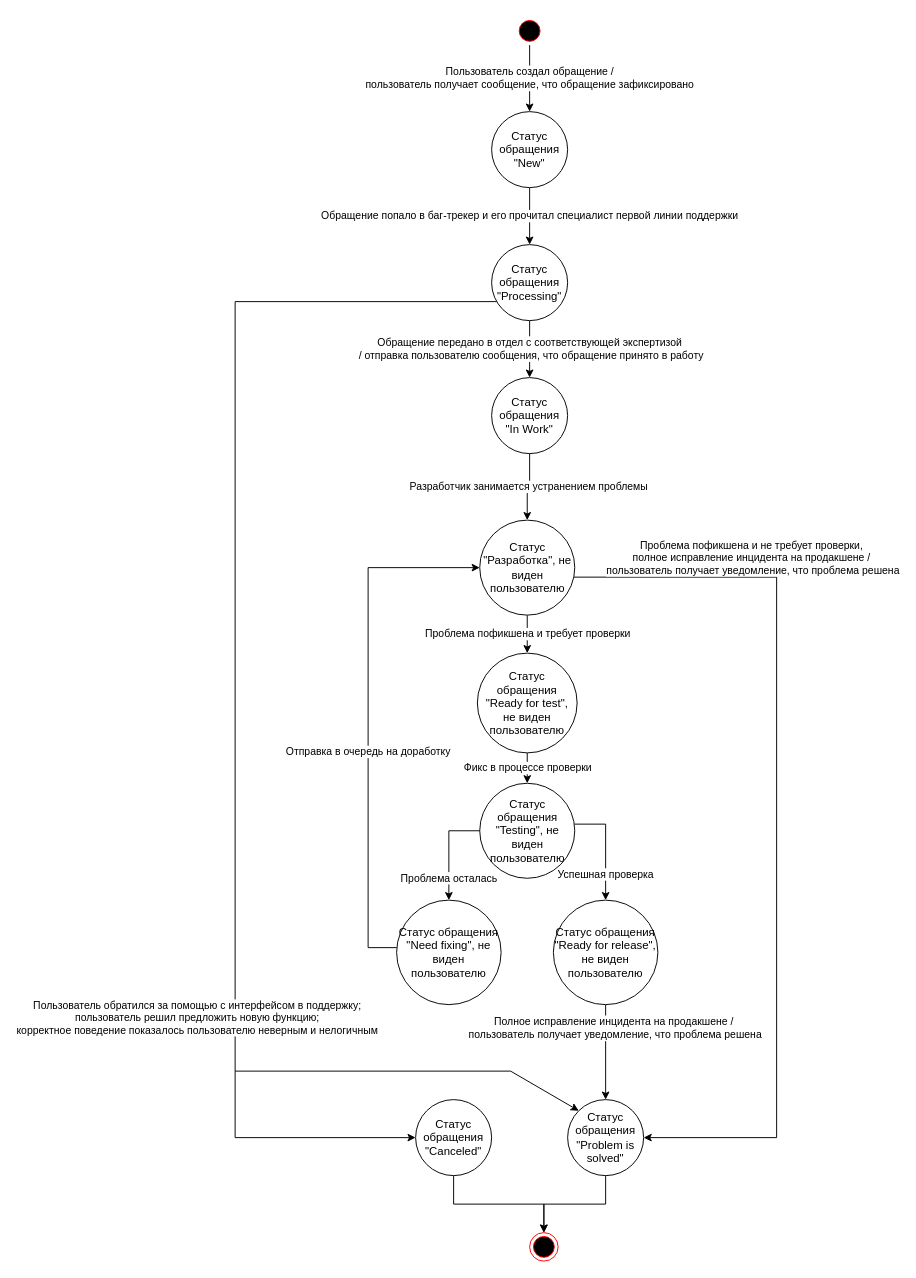
Above: Урок_5._Диаграммы_и_таблицы_переходов_состояний/hw5.drawio in Lexxx42/Test-design-and-test-analytics (draw.io), before the change. Source tidied: cells renumbered, new cells numbered last; positions are measured from the earlier drawing's top-left corner, leaving out a move shared by most shapes. Both pictures are drawn from the tidied source at 95%, with x=0, y=0 at pixel (235, 16).
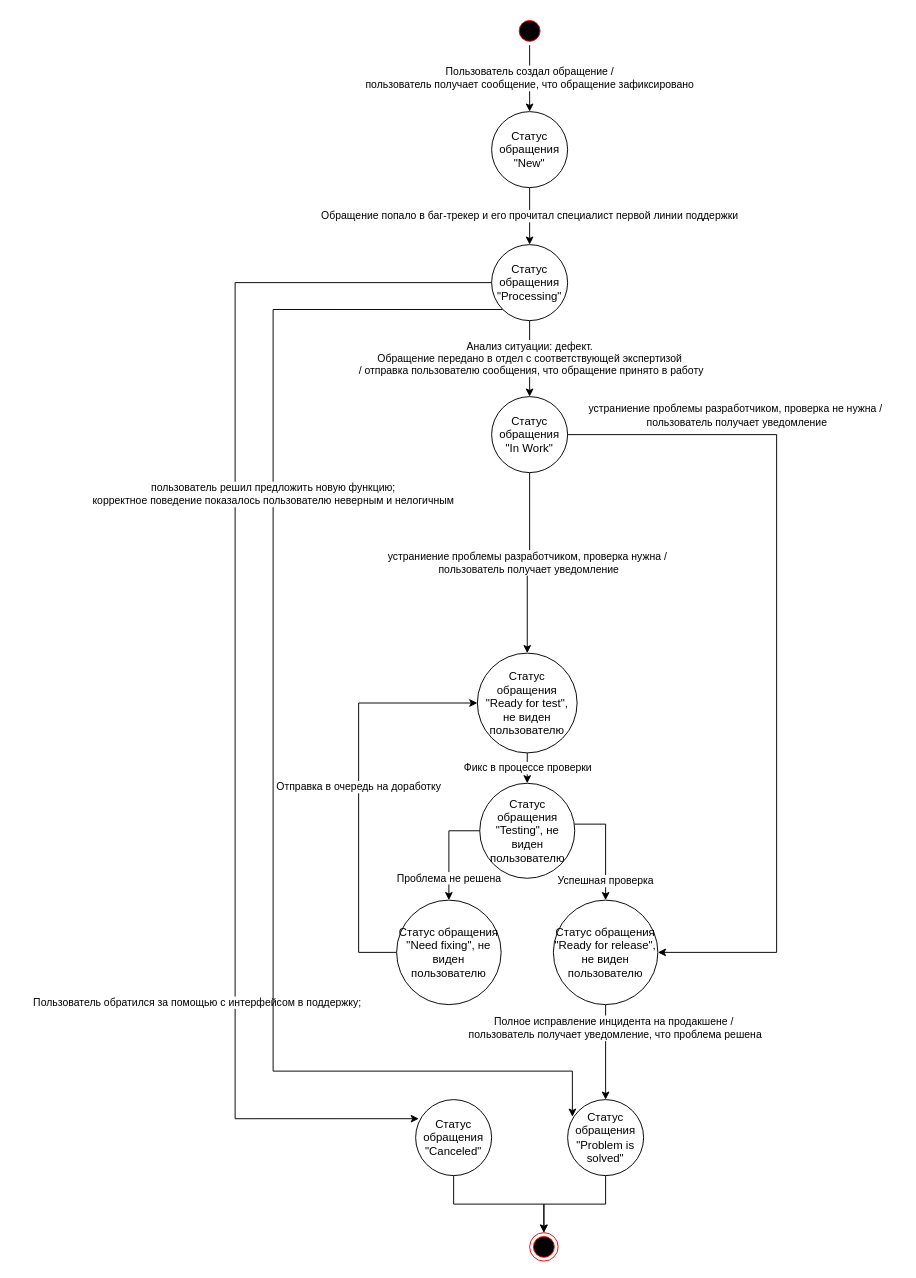
The same page after the edit.

The change refers to these unchanged cells:
```xml
<mxCell id="9" value="Статус обращения &quot;Processing&quot;&lt;span id=&quot;docs-internal-guid-d94bd79f-7fff-6f63-fff6-67095dc99047&quot;&gt;&lt;/span&gt;" style="ellipse;whiteSpace=wrap;html=1;" parent="1" vertex="1">
  <mxGeometry x="270" y="240" width="80" height="80" as="geometry" />
</mxCell>
<mxCell id="13" value="Статус обращения &quot;Ready for test&quot;&lt;span id=&quot;docs-internal-guid-d94bd79f-7fff-6f63-fff6-67095dc99047&quot;&gt;&lt;/span&gt;, не виден пользователю" style="ellipse;whiteSpace=wrap;html=1;" parent="1" vertex="1">
  <mxGeometry x="255" y="670" width="105" height="105" as="geometry" />
</mxCell>
<mxCell id="15" value="Статус обращения &quot;Testing&quot;&lt;span id=&quot;docs-internal-guid-d94bd79f-7fff-6f63-fff6-67095dc99047&quot;&gt;&lt;/span&gt;, не виден пользователю" style="ellipse;whiteSpace=wrap;html=1;" parent="1" vertex="1">
  <mxGeometry x="257.5" y="807" width="100" height="100" as="geometry" />
</mxCell>
<mxCell id="18" value="Статус обращения &quot;Ready for release&quot;&lt;span id=&quot;docs-internal-guid-d94bd79f-7fff-6f63-fff6-67095dc99047&quot;&gt;&lt;/span&gt;, не виден пользователю" style="ellipse;whiteSpace=wrap;html=1;" parent="1" vertex="1">
  <mxGeometry x="335" y="930" width="110" height="110" as="geometry" />
</mxCell>
<mxCell id="20" value="Статус обращения &quot;Need fixing&quot;&lt;span id=&quot;docs-internal-guid-d94bd79f-7fff-6f63-fff6-67095dc99047&quot;&gt;&lt;/span&gt;, не виден пользователю" style="ellipse;whiteSpace=wrap;html=1;" parent="1" vertex="1">
  <mxGeometry x="170" y="930" width="110" height="110" as="geometry" />
</mxCell>
<mxCell id="25" value="Статус обращения &quot;Problem is solved&quot;&lt;span id=&quot;docs-internal-guid-d94bd79f-7fff-6f63-fff6-67095dc99047&quot;&gt;&lt;/span&gt;" style="ellipse;whiteSpace=wrap;html=1;" parent="1" vertex="1">
  <mxGeometry x="350" y="1140" width="80" height="80" as="geometry" />
</mxCell>
<mxCell id="27" value="Статус обращения &quot;Canceled&quot;&lt;span id=&quot;docs-internal-guid-d94bd79f-7fff-6f63-fff6-67095dc99047&quot;&gt;&lt;/span&gt;" style="ellipse;whiteSpace=wrap;html=1;" parent="1" vertex="1">
  <mxGeometry x="190" y="1140" width="80" height="80" as="geometry" />
</mxCell>
```

The edit, as a diff of the source:
```diff
@@
-    <mxCell id="7" value="Обращение передано в отдел с соответствующей экспертизой&lt;br&gt;&amp;nbsp;/ отправка пользователю сообщения, что обращение принято в работу" style="edgeStyle=orthogonalEdgeStyle;rounded=0;jettySize=auto;html=1;" parent="1" edge="1" source="9" target="11">
+    <mxCell id="7" value="Анализ ситуации: дефект. &lt;br&gt;Обращение передано в отдел с соответствующей экспертизой&lt;br&gt;&amp;nbsp;/ отправка пользователю сообщения, что обращение принято в работу" style="edgeStyle=orthogonalEdgeStyle;rounded=0;jettySize=auto;html=1;" parent="1" edge="1" source="9" target="11">
       <mxGeometry relative="1" as="geometry" />
     </mxCell>
-    <mxCell id="8" value="Пользователь обратился за помощью с интерфейсом в поддержку;&lt;br style=&quot;border-color: var(--border-color);&quot;&gt;пользователь решил предложить новую функцию;&lt;br&gt;корректное поведение показалось пользователю неверным и нелогичным" style="edgeStyle=orthogonalEdgeStyle;rounded=0;jettySize=auto;html=1;entryX=0;entryY=0.5;entryDx=0;entryDy=0;" parent="1" edge="1" source="9" target="27">
+    <mxCell id="8" value="Пользователь обратился за помощью с интерфейсом в поддержку;" style="edgeStyle=orthogonalEdgeStyle;rounded=0;jettySize=auto;html=1;entryX=0.042;entryY=0.251;entryDx=0;entryDy=0;entryPerimeter=0;" parent="1" edge="1" source="9" target="27">
       <mxGeometry x="0.53" y="-40" relative="1" as="geometry">
         <Array as="points">
-          <mxPoint y="300" />
-          <mxPoint y="1180" />
+          <mxPoint y="280" />
+          <mxPoint y="1160" />
         </Array>
       </mxGeometry>
     </mxCell>
+    <mxCell id="29" value="пользователь решил предложить новую функцию;&lt;br style=&quot;border-color: var(--border-color);&quot;&gt;корректное поведение показалось пользователю неверным и нелогичным" style="edgeStyle=orthogonalEdgeStyle;rounded=0;jettySize=auto;html=1;exitX=0;exitY=1;exitDx=0;exitDy=0;entryX=0.063;entryY=0.225;entryDx=0;entryDy=0;entryPerimeter=0;" parent="1" edge="1" source="9" target="25">
+      <mxGeometry x="-0.38" relative="1" as="geometry">
+        <Array as="points">
+          <mxPoint x="40" y="308" />
+          <mxPoint x="40" y="1110" />
+          <mxPoint x="355" y="1110" />
+        </Array>
+      </mxGeometry>
+    </mxCell>
@@
-    <mxCell id="10" value="Проблема пофикшена и требует проверки" style="edgeStyle=orthogonalEdgeStyle;rounded=0;jettySize=auto;html=1;exitX=0.5;exitY=1;exitDx=0;exitDy=0;" parent="1" edge="1" source="23" target="13">
+    <mxCell id="10" value="устраниение проблемы разработчиком, проверка нужна /&amp;nbsp;&lt;br style=&quot;border-color: var(--border-color);&quot;&gt;пользователь получает уведомление" style="edgeStyle=orthogonalEdgeStyle;rounded=0;jettySize=auto;html=1;exitX=0.5;exitY=1;exitDx=0;exitDy=0;" parent="1" edge="1" source="11" target="13">
       <mxGeometry relative="1" as="geometry" />
     </mxCell>
     <mxCell id="11" value="Статус обращения &quot;In Work&quot;&lt;span id=&quot;docs-internal-guid-d94bd79f-7fff-6f63-fff6-67095dc99047&quot;&gt;&lt;/span&gt;" style="ellipse;whiteSpace=wrap;html=1;" parent="1" vertex="1">
-      <mxGeometry x="270" y="380" width="80" height="80" as="geometry" />
+      <mxGeometry x="270" y="400" width="80" height="80" as="geometry" />
     </mxCell>
@@
     <mxCell id="14" value="Успешная проверка" style="edgeStyle=orthogonalEdgeStyle;rounded=0;jettySize=auto;html=1;" parent="1" edge="1" source="15" target="18">
-      <mxGeometry x="0.52" relative="1" as="geometry">
+      <mxGeometry x="0.65" relative="1" as="geometry">
         <Array as="points">
           <mxPoint x="390" y="850" />
         </Array>
       </mxGeometry>
     </mxCell>
@@
-    <mxCell id="16" value="Проблема осталась" style="edgeStyle=orthogonalEdgeStyle;rounded=0;jettySize=auto;html=1;exitX=0;exitY=0.5;exitDx=0;exitDy=0;" parent="1" edge="1" source="15" target="20">
+    <mxCell id="16" value="Проблема не решена" style="edgeStyle=orthogonalEdgeStyle;rounded=0;jettySize=auto;html=1;exitX=0;exitY=0.5;exitDx=0;exitDy=0;" parent="1" edge="1" source="15" target="20">
       <mxGeometry x="0.56" relative="1" as="geometry" />
     </mxCell>
@@
-    <mxCell id="19" value="Отправка в очередь на доработку" style="edgeStyle=orthogonalEdgeStyle;rounded=0;jettySize=auto;html=1;entryX=0;entryY=0.5;entryDx=0;entryDy=0;" parent="1" edge="1" source="20" target="23">
-      <mxGeometry x="-0.14" relative="1" as="geometry">
+    <mxCell id="19" value="Отправка в очередь на доработку" style="edgeStyle=orthogonalEdgeStyle;rounded=0;jettySize=auto;html=1;entryX=0;entryY=0.5;entryDx=0;entryDy=0;" parent="1" edge="1" source="20" target="13">
+      <mxGeometry relative="1" as="geometry">
         <Array as="points">
-          <mxPoint x="140" y="980" />
-          <mxPoint x="140" y="580" />
+          <mxPoint x="130" y="985" />
+          <mxPoint x="130" y="723" />
         </Array>
       </mxGeometry>
     </mxCell>
@@
-    <mxCell id="21" value="Разработчик занимается устранением проблемы" style="edgeStyle=orthogonalEdgeStyle;rounded=0;jettySize=auto;html=1;" parent="1" edge="1" source="11" target="23">
-      <mxGeometry relative="1" as="geometry" />
-    </mxCell>
-    <mxCell id="22" value="Проблема пофикшена и не требует проверки,&amp;nbsp;&lt;br&gt;полное исправление инцидента на продакшене /&amp;nbsp;&lt;br style=&quot;border-color: var(--border-color);&quot;&gt;пользователь получает уведомление, что проблема решена" style="edgeStyle=orthogonalEdgeStyle;rounded=0;jettySize=auto;html=1;entryX=1;entryY=0.5;entryDx=0;entryDy=0;" parent="1" edge="1" source="23" target="25">
+    <mxCell id="22" value="устраниение проблемы разработчиком, проверка не нужна /&amp;nbsp;&lt;br&gt;пользователь получает уведомление" style="edgeStyle=orthogonalEdgeStyle;rounded=0;jettySize=auto;html=1;entryX=1;entryY=0.5;entryDx=0;entryDy=0;exitX=1;exitY=0.5;exitDx=0;exitDy=0;" parent="1" edge="1" source="11" target="18">
       <mxGeometry x="-0.6" y="20" relative="1" as="geometry">
         <Array as="points">
-          <mxPoint x="570" y="590" />
-          <mxPoint x="570" y="1180" />
+          <mxPoint x="570" y="440" />
+          <mxPoint x="570" y="985" />
         </Array>
       </mxGeometry>
     </mxCell>
-    <mxCell id="23" value="Статус&lt;br&gt;&quot;Разработка&quot;, не виден пользователю" style="ellipse;whiteSpace=wrap;html=1;" parent="1" vertex="1">
-      <mxGeometry x="257.5" y="530" width="100" height="100" as="geometry" />
-    </mxCell>
@@
-    <mxCell id="28" style="endArrow=classic;html=1;rounded=0;entryX=0;entryY=0;entryDx=0;entryDy=0;" parent="1" edge="1" target="25">
-      <mxGeometry relative="1" as="geometry">
-        <mxPoint y="1110" as="sourcePoint" />
-        <Array as="points">
-          <mxPoint x="290" y="1110" />
-        </Array>
-      </mxGeometry>
-    </mxCell>
```
